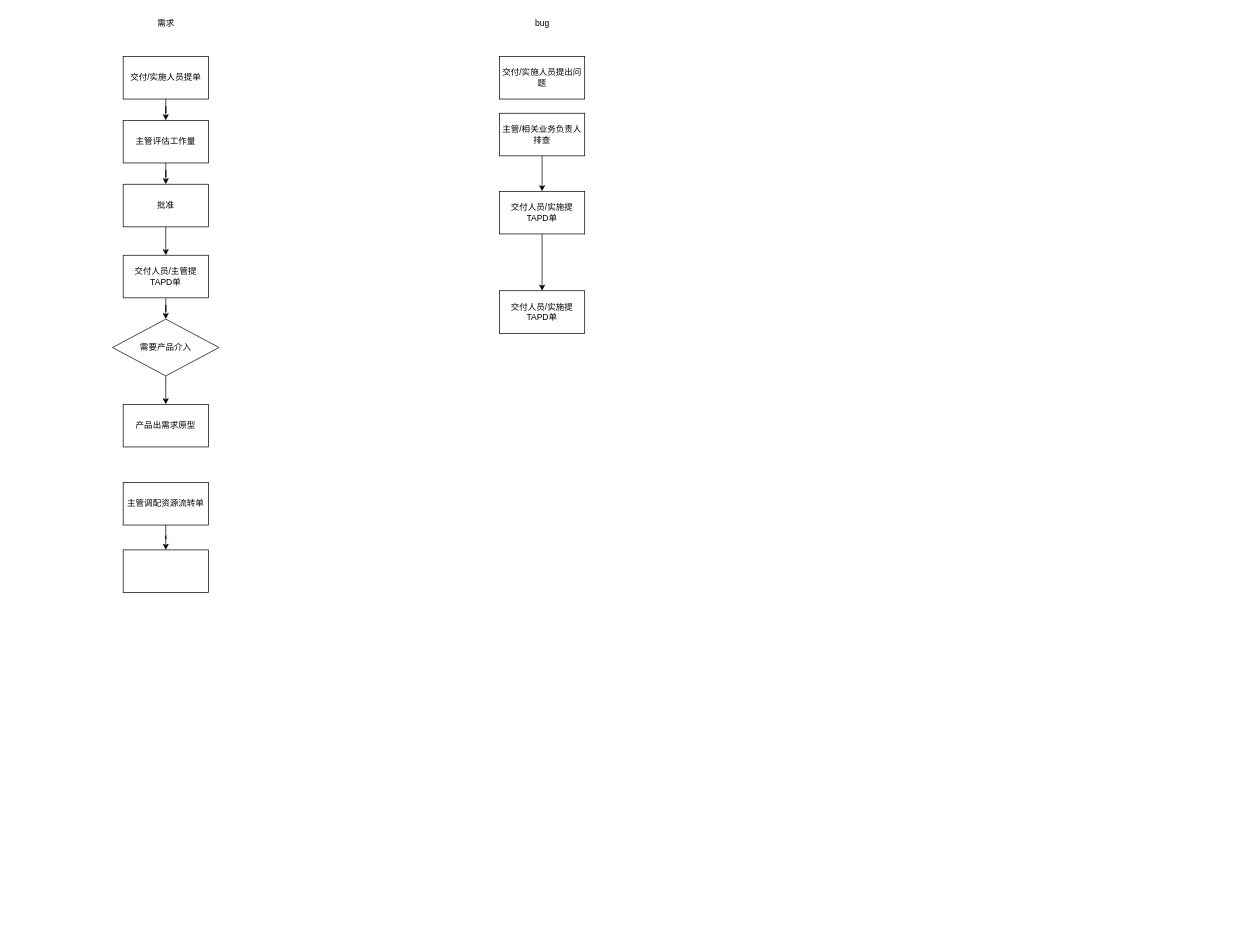
The draw.io diagram Untitled Diagram.drawio in 876192453/draw, before the edit. Source tidied: cells renumbered, new cells numbered last; positions are measured from the earlier drawing's top-left corner, leaving out a move shared by most shapes. Both pictures are drawn from the tidied source at 71%, with x=0, y=0 at pixel (112, 12).
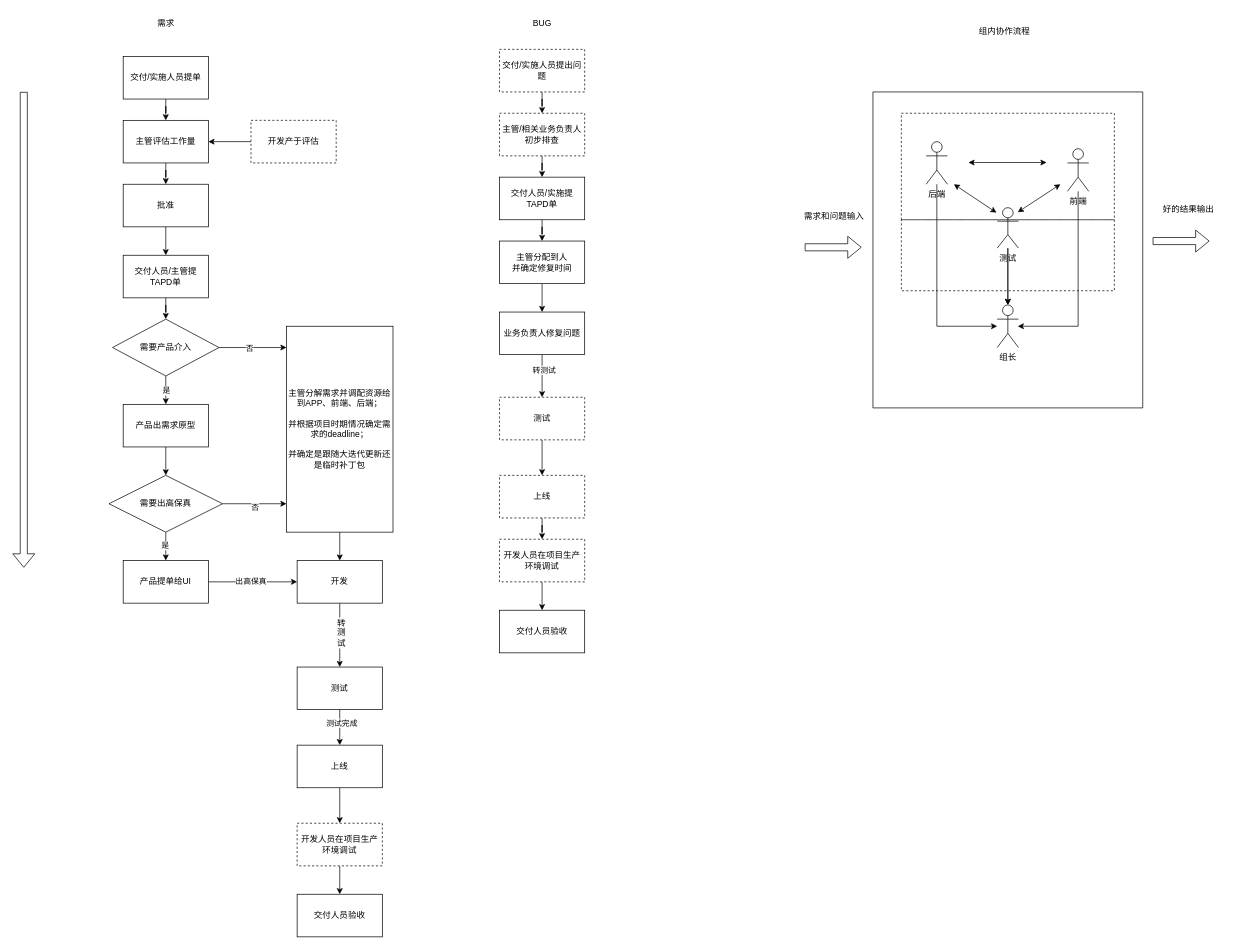
Above is the later version.

The change refers to these unchanged cells:
```xml
<mxCell id="7" value="主管评估工作量" style="whiteSpace=wrap;html=1;" parent="1" vertex="1">
  <mxGeometry x="15" y="152" width="120" height="60" as="geometry" />
</mxCell>
<mxCell id="15" style="edgeStyle=orthogonalEdgeStyle;rounded=0;jettySize=auto;html=1;" parent="1" edge="1" source="16" target="23">
  <mxGeometry relative="1" as="geometry" />
</mxCell>
<mxCell id="16" value="需要产品介入" style="rhombus;whiteSpace=wrap;html=1;" parent="1" vertex="1">
  <mxGeometry y="432" width="150" height="80" as="geometry" />
</mxCell>
<mxCell id="23" value="产品出需求原型" style="whiteSpace=wrap;html=1;" parent="1" vertex="1">
  <mxGeometry x="15" y="552" width="120" height="60" as="geometry" />
</mxCell>
```

Change to the diagram source:
```diff
@@
-    <mxCell id="5" value="bug" style="text;html=1;align=center;verticalAlign=middle;strokeColor=none;fillColor=none;" parent="1" vertex="1">
-      <mxGeometry x="585" width="40" height="30" as="geometry" />
+    <mxCell id="5" value="BUG" style="text;html=1;align=center;verticalAlign=middle;strokeColor=none;fillColor=none;" parent="1" vertex="1">
+      <mxGeometry x="580" width="50" height="30" as="geometry" />
     </mxCell>
@@
-    <mxCell id="12" style="edgeStyle=orthogonalEdgeStyle;rounded=0;jettySize=auto;html=1;" parent="1" edge="1" source="13" target="14">
-      <mxGeometry relative="1" as="geometry" />
-    </mxCell>
-    <mxCell id="13" value="主管调配资源流转单" style="whiteSpace=wrap;html=1;" parent="1" vertex="1">
-      <mxGeometry x="15" y="662" width="120" height="60" as="geometry" />
-    </mxCell>
-    <mxCell id="14" style="whiteSpace=wrap;html=1;" parent="1" vertex="1">
-      <mxGeometry x="15" y="757" width="120" height="60" as="geometry" />
-    </mxCell>
@@
+    <mxCell id="24" value="是" style="edgeLabel;html=1;align=center;verticalAlign=middle;" parent="15" vertex="1">
+      <mxGeometry x="-0.55" y="-1" relative="1" as="geometry">
+        <mxPoint x="1" y="11" as="offset" />
+      </mxGeometry>
+    </mxCell>
+    <mxCell id="25" style="edgeStyle=orthogonalEdgeStyle;rounded=0;jettySize=auto;html=1;" parent="1" edge="1" source="16">
+      <mxGeometry relative="1" as="geometry">
+        <mxPoint x="245" y="472" as="targetPoint" />
+      </mxGeometry>
+    </mxCell>
+    <mxCell id="26" value="否" style="edgeLabel;html=1;align=center;verticalAlign=middle;" parent="25" vertex="1">
+      <mxGeometry x="-0.12" relative="1" as="geometry" />
+    </mxCell>
@@
+    <mxCell id="27" style="edgeStyle=orthogonalEdgeStyle;rounded=0;jettySize=auto;html=1;" parent="1" edge="1" source="17" target="19">
+      <mxGeometry relative="1" as="geometry" />
+    </mxCell>
-    <mxCell id="17" value="交付/实施人员提出问题" style="rounded=0;whiteSpace=wrap;html=1;" parent="1" vertex="1">
-      <mxGeometry x="545" y="62" width="120" height="60" as="geometry" />
+    <mxCell id="17" value="交付/实施人员提出问题" style="rounded=0;whiteSpace=wrap;html=1;dashed=1;" parent="1" vertex="1">
+      <mxGeometry x="545" y="52" width="120" height="60" as="geometry" />
     </mxCell>
@@
-    <mxCell id="19" value="主管/相关业务负责人排查" style="whiteSpace=wrap;html=1;" parent="1" vertex="1">
+    <mxCell id="19" value="主管/相关业务负责人初步排查" style="whiteSpace=wrap;html=1;dashed=1;" parent="1" vertex="1">
       <mxGeometry x="545" y="142" width="120" height="60" as="geometry" />
     </mxCell>
@@
     <mxCell id="21" value="交付人员/实施提TAPD单" style="whiteSpace=wrap;html=1;" parent="1" vertex="1">
-      <mxGeometry x="545" y="252" width="120" height="60" as="geometry" />
+      <mxGeometry x="545" y="232" width="120" height="60" as="geometry" />
     </mxCell>
+    <mxCell id="28" style="edgeStyle=orthogonalEdgeStyle;rounded=0;jettySize=auto;html=1;" parent="1" edge="1" source="22" target="55">
+      <mxGeometry relative="1" as="geometry" />
+    </mxCell>
-    <mxCell id="22" value="交付人员/实施提TAPD单" style="whiteSpace=wrap;html=1;" parent="1" vertex="1">
-      <mxGeometry x="545" y="392" width="120" height="60" as="geometry" />
+    <mxCell id="22" value="主管分配到人&lt;br&gt;并确定修复时间" style="whiteSpace=wrap;html=1;" parent="1" vertex="1">
+      <mxGeometry x="545" y="322" width="120" height="60" as="geometry" />
     </mxCell>
+    <mxCell id="29" style="edgeStyle=orthogonalEdgeStyle;rounded=0;jettySize=auto;html=1;" parent="1" edge="1" source="23">
+      <mxGeometry relative="1" as="geometry">
+        <mxPoint x="75" y="652" as="targetPoint" />
+      </mxGeometry>
+    </mxCell>
@@
+    <mxCell id="30" style="edgeStyle=orthogonalEdgeStyle;rounded=0;jettySize=auto;html=1;" parent="1" edge="1" source="34" target="37">
+      <mxGeometry relative="1" as="geometry" />
+    </mxCell>
+    <mxCell id="31" value="是" style="edgeLabel;html=1;align=center;verticalAlign=middle;" parent="30" vertex="1">
+      <mxGeometry x="-0.1" y="-2" relative="1" as="geometry" />
+    </mxCell>
+    <mxCell id="32" style="edgeStyle=orthogonalEdgeStyle;rounded=0;jettySize=auto;html=1;" parent="1" edge="1" source="34">
+      <mxGeometry relative="1" as="geometry">
+        <mxPoint x="245" y="692" as="targetPoint" />
+      </mxGeometry>
+    </mxCell>
+    <mxCell id="33" value="否" style="edgeLabel;html=1;align=center;verticalAlign=middle;" parent="32" vertex="1">
+      <mxGeometry x="0.02" y="-4" relative="1" as="geometry" />
+    </mxCell>
+    <mxCell id="34" value="需要出高保真" style="rhombus;whiteSpace=wrap;html=1;" parent="1" vertex="1">
+      <mxGeometry x="-5" y="652" width="160" height="80" as="geometry" />
+    </mxCell>
+    <mxCell id="35" style="edgeStyle=orthogonalEdgeStyle;rounded=0;jettySize=auto;html=1;exitX=1;exitY=0.5;exitDx=0;exitDy=0;entryX=0;entryY=0.5;entryDx=0;entryDy=0;" parent="1" edge="1" source="37" target="42">
+      <mxGeometry relative="1" as="geometry" />
+    </mxCell>
+    <mxCell id="36" value="出高保真" style="edgeLabel;html=1;align=center;verticalAlign=middle;" parent="35" vertex="1">
+      <mxGeometry x="-0.06" y="2" relative="1" as="geometry" />
+    </mxCell>
+    <mxCell id="37" value="产品提单给UI" style="whiteSpace=wrap;html=1;" parent="1" vertex="1">
+      <mxGeometry x="15" y="772" width="120" height="60" as="geometry" />
+    </mxCell>
+    <mxCell id="38" style="edgeStyle=orthogonalEdgeStyle;rounded=0;jettySize=auto;html=1;" parent="1" edge="1" source="39" target="42">
+      <mxGeometry relative="1" as="geometry" />
+    </mxCell>
+    <mxCell id="39" value="主管分解需求并调配资源给到APP、前端、后端；&lt;br&gt;&lt;br&gt;并根据项目时期情况确定需求的deadline；&lt;br&gt;&lt;br&gt;并确定是跟随大迭代更新还是临时补丁包" style="rounded=0;whiteSpace=wrap;html=1;" parent="1" vertex="1">
+      <mxGeometry x="245" y="442" width="150" height="290" as="geometry" />
+    </mxCell>
+    <mxCell id="40" style="edgeStyle=orthogonalEdgeStyle;rounded=0;jettySize=auto;html=1;" parent="1" edge="1" source="42" target="47">
+      <mxGeometry relative="1" as="geometry" />
+    </mxCell>
+    <mxCell id="41" value="&lt;span style=&quot;font-size: 12px; text-wrap-mode: wrap; background-color: rgb(251, 251, 251);&quot;&gt;转测试&lt;/span&gt;" style="edgeLabel;html=1;align=center;verticalAlign=middle;" parent="40" vertex="1">
+      <mxGeometry x="-0.1" y="1" relative="1" as="geometry" />
+    </mxCell>
+    <mxCell id="42" value="开发" style="whiteSpace=wrap;html=1;rounded=0;" parent="1" vertex="1">
+      <mxGeometry x="260" y="772" width="120" height="60" as="geometry" />
+    </mxCell>
+    <mxCell id="43" style="edgeStyle=orthogonalEdgeStyle;rounded=0;jettySize=auto;html=1;" parent="1" edge="1" source="44" target="7">
+      <mxGeometry relative="1" as="geometry" />
+    </mxCell>
+    <mxCell id="44" value="开发产于评估" style="rounded=0;whiteSpace=wrap;html=1;dashed=1;" parent="1" vertex="1">
+      <mxGeometry x="195" y="152" width="120" height="60" as="geometry" />
+    </mxCell>
+    <mxCell id="45" style="edgeStyle=orthogonalEdgeStyle;rounded=0;jettySize=auto;html=1;" parent="1" edge="1" source="47" target="49">
+      <mxGeometry relative="1" as="geometry" />
+    </mxCell>
+    <mxCell id="46" value="测试完成" style="edgeLabel;html=1;align=center;verticalAlign=middle;" parent="45" vertex="1">
+      <mxGeometry x="-0.28" y="2" relative="1" as="geometry" />
+    </mxCell>
+    <mxCell id="47" value="测试" style="whiteSpace=wrap;html=1;rounded=0;" parent="1" vertex="1">
+      <mxGeometry x="260" y="922" width="120" height="60" as="geometry" />
+    </mxCell>
+    <mxCell id="48" style="edgeStyle=orthogonalEdgeStyle;rounded=0;jettySize=auto;html=1;" parent="1" edge="1" source="49" target="51">
+      <mxGeometry relative="1" as="geometry" />
+    </mxCell>
+    <mxCell id="49" value="上线" style="whiteSpace=wrap;html=1;rounded=0;" parent="1" vertex="1">
+      <mxGeometry x="260" y="1032" width="120" height="60" as="geometry" />
+    </mxCell>
+    <mxCell id="50" style="edgeStyle=orthogonalEdgeStyle;rounded=0;jettySize=auto;html=1;" parent="1" edge="1" source="51" target="52">
+      <mxGeometry relative="1" as="geometry" />
+    </mxCell>
+    <mxCell id="51" value="开发人员在项目生产环境调试" style="whiteSpace=wrap;html=1;rounded=0;dashed=1;" parent="1" vertex="1">
+      <mxGeometry x="260" y="1142" width="120" height="60" as="geometry" />
+    </mxCell>
+    <mxCell id="52" value="交付人员验收" style="whiteSpace=wrap;html=1;rounded=0;" parent="1" vertex="1">
+      <mxGeometry x="260" y="1242" width="120" height="60" as="geometry" />
+    </mxCell>
+    <mxCell id="53" style="edgeStyle=orthogonalEdgeStyle;rounded=0;jettySize=auto;html=1;" parent="1" edge="1" source="55" target="57">
+      <mxGeometry relative="1" as="geometry" />
+    </mxCell>
+    <mxCell id="54" value="转测试" style="edgeLabel;html=1;align=center;verticalAlign=middle;" parent="53" vertex="1">
+      <mxGeometry x="-0.3" y="2" relative="1" as="geometry" />
+    </mxCell>
+    <mxCell id="55" value="业务负责人修复问题" style="whiteSpace=wrap;html=1;" parent="1" vertex="1">
+      <mxGeometry x="545" y="422" width="120" height="60" as="geometry" />
+    </mxCell>
+    <mxCell id="56" style="edgeStyle=orthogonalEdgeStyle;rounded=0;jettySize=auto;html=1;" parent="1" edge="1" source="57" target="59">
+      <mxGeometry relative="1" as="geometry" />
+    </mxCell>
+    <mxCell id="57" value="测试" style="whiteSpace=wrap;html=1;dashed=1;" parent="1" vertex="1">
+      <mxGeometry x="545" y="542" width="120" height="60" as="geometry" />
+    </mxCell>
+    <mxCell id="58" style="edgeStyle=orthogonalEdgeStyle;rounded=0;jettySize=auto;html=1;" parent="1" edge="1" source="59" target="61">
+      <mxGeometry relative="1" as="geometry" />
+    </mxCell>
+    <mxCell id="59" value="上线" style="whiteSpace=wrap;html=1;dashed=1;" parent="1" vertex="1">
+      <mxGeometry x="545" y="652" width="120" height="60" as="geometry" />
+    </mxCell>
+    <mxCell id="60" style="edgeStyle=orthogonalEdgeStyle;rounded=0;jettySize=auto;html=1;" parent="1" edge="1" source="61" target="62">
+      <mxGeometry relative="1" as="geometry" />
+    </mxCell>
+    <mxCell id="61" value="开发人员在项目生产环境调试" style="whiteSpace=wrap;html=1;rounded=0;dashed=1;" parent="1" vertex="1">
+      <mxGeometry x="545" y="742" width="120" height="60" as="geometry" />
+    </mxCell>
+    <mxCell id="62" value="交付人员验收" style="whiteSpace=wrap;html=1;rounded=0;" parent="1" vertex="1">
+      <mxGeometry x="545" y="842" width="120" height="60" as="geometry" />
+    </mxCell>
+    <mxCell id="63" style="shape=flexArrow;endArrow=classic;html=1;rounded=0;" parent="1" edge="1">
+      <mxGeometry relative="1" as="geometry">
+        <mxPoint x="-125" y="112" as="sourcePoint" />
+        <mxPoint x="-125" y="782" as="targetPoint" />
+      </mxGeometry>
+    </mxCell>
+    <mxCell id="64" value="组内协作流程" style="text;html=1;align=center;verticalAlign=middle;strokeColor=none;fillColor=none;" parent="1" vertex="1">
+      <mxGeometry x="1206" y="12" width="100" height="30" as="geometry" />
+    </mxCell>
+    <mxCell id="65" value="组长" style="shape=umlActor;verticalLabelPosition=bottom;verticalAlign=top;html=1;outlineConnect=0;" parent="1" vertex="1">
+      <mxGeometry x="1246" y="412" width="30" height="60" as="geometry" />
+    </mxCell>
+    <mxCell id="66" style="edgeStyle=orthogonalEdgeStyle;rounded=0;jettySize=auto;html=1;" parent="1" edge="1" source="68" target="65">
+      <mxGeometry relative="1" as="geometry" />
+    </mxCell>
+    <mxCell id="67" style="edgeStyle=orthogonalEdgeStyle;rounded=0;jettySize=auto;html=1;" parent="1" edge="1" source="68" target="65">
+      <mxGeometry relative="1" as="geometry" />
+    </mxCell>
+    <mxCell id="68" value="测试" style="shape=umlActor;verticalLabelPosition=bottom;verticalAlign=top;html=1;outlineConnect=0;" parent="1" vertex="1">
+      <mxGeometry x="1246" y="275" width="30" height="57" as="geometry" />
+    </mxCell>
+    <mxCell id="69" value="前端" style="shape=umlActor;verticalLabelPosition=bottom;verticalAlign=top;html=1;outlineConnect=0;" parent="1" vertex="1">
+      <mxGeometry x="1345" y="192" width="30" height="60" as="geometry" />
+    </mxCell>
+    <mxCell id="70" style="edgeStyle=orthogonalEdgeStyle;rounded=0;jettySize=auto;html=1;" parent="1" edge="1" source="71" target="65">
+      <mxGeometry relative="1" as="geometry">
+        <Array as="points">
+          <mxPoint x="1161" y="442" />
+        </Array>
+      </mxGeometry>
+    </mxCell>
+    <mxCell id="71" value="后端" style="shape=umlActor;verticalLabelPosition=bottom;verticalAlign=top;html=1;outlineConnect=0;" parent="1" vertex="1">
+      <mxGeometry x="1146" y="182" width="30" height="60" as="geometry" />
+    </mxCell>
+    <mxCell id="72" style="edgeStyle=orthogonalEdgeStyle;rounded=0;jettySize=auto;html=1;" parent="1" edge="1" source="69">
+      <mxGeometry relative="1" as="geometry">
+        <mxPoint x="1275" y="442" as="targetPoint" />
+        <Array as="points">
+          <mxPoint x="1360" y="442" />
+        </Array>
+      </mxGeometry>
+    </mxCell>
+    <mxCell id="73" style="endArrow=classic;startArrow=classic;html=1;rounded=0;" parent="1" edge="1">
+      <mxGeometry relative="1" as="geometry">
+        <mxPoint x="1185" y="242" as="sourcePoint" />
+        <mxPoint x="1245" y="282" as="targetPoint" />
+      </mxGeometry>
+    </mxCell>
+    <mxCell id="74" style="endArrow=classic;startArrow=classic;html=1;rounded=0;" parent="1" edge="1">
+      <mxGeometry relative="1" as="geometry">
+        <mxPoint x="1275" y="281.4" as="sourcePoint" />
+        <mxPoint x="1335" y="242" as="targetPoint" />
+      </mxGeometry>
+    </mxCell>
+    <mxCell id="75" style="endArrow=classic;startArrow=classic;html=1;rounded=0;" parent="1" edge="1">
+      <mxGeometry relative="1" as="geometry">
+        <mxPoint x="1205.5" y="211.4" as="sourcePoint" />
+        <mxPoint x="1315.5" y="211.4" as="targetPoint" />
+      </mxGeometry>
+    </mxCell>
+    <mxCell id="76" style="swimlane;startSize=0;fillColor=none;" parent="1" vertex="1">
+      <mxGeometry x="1071" y="112" width="380" height="445" as="geometry" />
+    </mxCell>
+    <mxCell id="77" style="rounded=0;whiteSpace=wrap;html=1;fillColor=none;dashed=1;" parent="76" vertex="1">
+      <mxGeometry x="40" y="30" width="300" height="150" as="geometry" />
+    </mxCell>
+    <mxCell id="78" style="rounded=0;whiteSpace=wrap;html=1;fillColor=none;dashed=1;" parent="76" vertex="1">
+      <mxGeometry x="40" y="180" width="300" height="100" as="geometry" />
+    </mxCell>
+    <mxCell id="79" style="shape=flexArrow;endArrow=classic;html=1;rounded=0;" parent="1" edge="1">
+      <mxGeometry relative="1" as="geometry">
+        <mxPoint x="975" y="330.8" as="sourcePoint" />
+        <mxPoint x="1055" y="330.8" as="targetPoint" />
+      </mxGeometry>
+    </mxCell>
+    <mxCell id="80" style="shape=flexArrow;endArrow=classic;html=1;rounded=0;" parent="1" edge="1">
+      <mxGeometry relative="1" as="geometry">
+        <mxPoint x="1465" y="322" as="sourcePoint" />
+        <mxPoint x="1545" y="322" as="targetPoint" />
+      </mxGeometry>
+    </mxCell>
+    <mxCell id="81" value="需求和问题输入" style="text;html=1;align=center;verticalAlign=middle;strokeColor=none;fillColor=none;" parent="1" vertex="1">
+      <mxGeometry x="961" y="272" width="110" height="30" as="geometry" />
+    </mxCell>
+    <mxCell id="82" value="好的结果输出" style="text;html=1;align=center;verticalAlign=middle;strokeColor=none;fillColor=none;" parent="1" vertex="1">
+      <mxGeometry x="1465" y="262" width="100" height="30" as="geometry" />
+    </mxCell>
```
